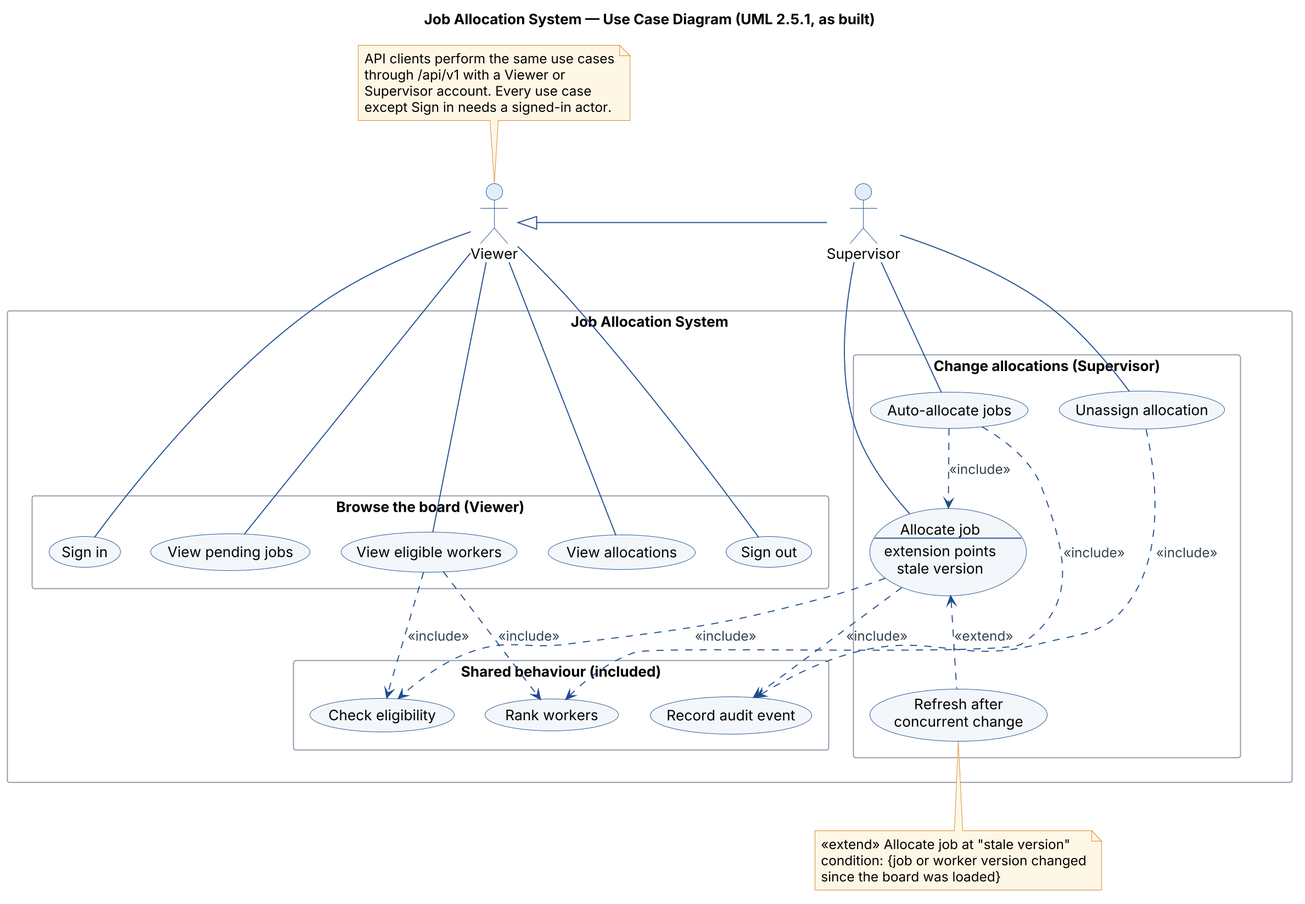
Earlier version of the PlantUML export diagrams/png/15-usecase.png (jaricsng/ooad-3tier-job-allocation).
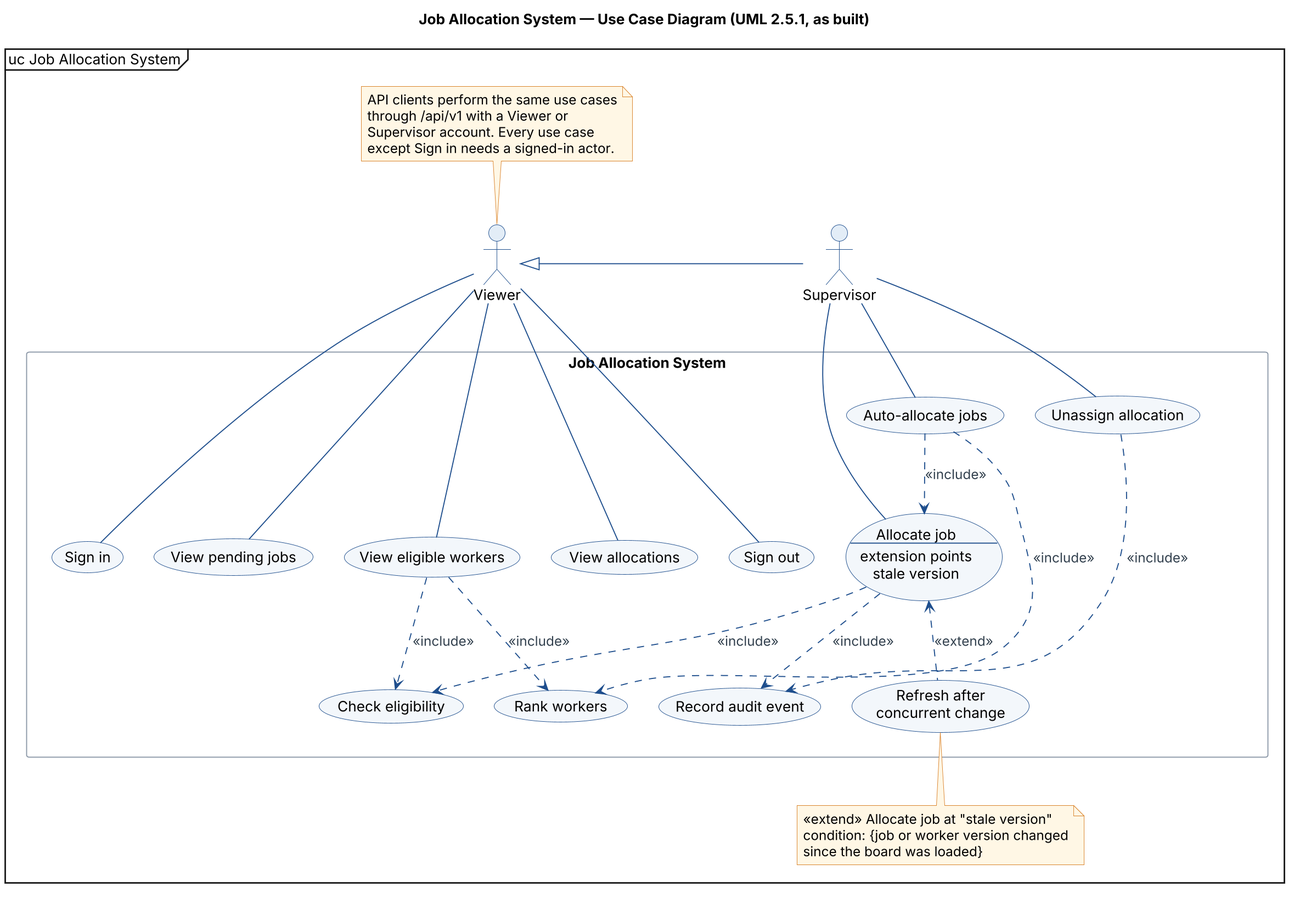
The same diagram one commit later.

The edit, as a diff of the source:
```diff
@@ -1,6 +1,7 @@
 @startuml
 skinparamlocked dpi 180
 !include style.iuml
+mainframe uc Job Allocation System
 skinparam usecaseBackgroundColor #F3F6FA
 skinparam usecaseBorderColor #1E4E8C
 skinparam packageStyle rectangle
@@ -14,20 +15,20 @@
 actor "Supervisor" as S
 
 rectangle "Job Allocation System" {
-  package "Browse the board (Viewer)" as P_VIEW {
+  together {
     usecase "View allocations" as UC_LIST
     usecase "Sign out" as UC_OUT
     usecase "Sign in" as UC_IN
     usecase "View pending jobs" as UC_JOBS
     usecase "View eligible workers" as UC_ELIG
   }
-  package "Change allocations (Supervisor)" as P_CHANGE {
+  together {
     usecase "Allocate job\n--\nextension points\nstale version" as UC_ALLOC
     usecase "Auto-allocate jobs" as UC_AUTO
     usecase "Unassign allocation" as UC_UN
     usecase "Refresh after\nconcurrent change" as UC_CONFLICT
   }
-  package "Shared behaviour (included)" as P_SHARED {
+  together {
     usecase "Rank workers" as UC_RANK
     usecase "Check eligibility" as UC_CHECK
     usecase "Record audit event" as UC_AUDIT
@@ -53,7 +54,6 @@
 UC_ALLOC ..> UC_AUDIT : <<include>>
 UC_UN ..> UC_AUDIT : <<include>>
 UC_ALLOC <.. UC_CONFLICT : <<extend>>
-
 note bottom of UC_CONFLICT
   «extend» Allocate job at "stale version"
   condition: {job or worker version changed
```
